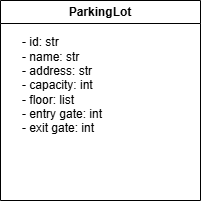
Above: ParkingLot.png in ashu7mishra/ParkingLot (draw.io), before the change. Source tidied: cells renumbered, new cells last; positions are measured from the earlier drawing's top-left corner, leaving out a move shared by most shapes.
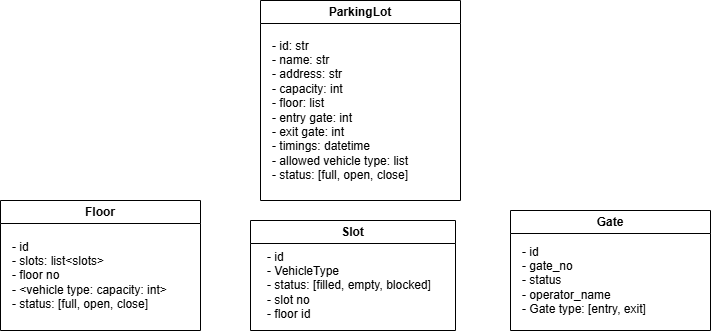
After the change.

What changed in the source:
```diff
@@ -5,8 +5,26 @@
     <mxCell id="2" value="ParkingLot" style="swimlane;whiteSpace=wrap;html=1;" parent="1" vertex="1">
       <mxGeometry width="200" height="200" as="geometry" />
     </mxCell>
-    <mxCell id="3" value="- id: str&lt;div&gt;- name: str&lt;/div&gt;&lt;div&gt;- address: str&lt;/div&gt;&lt;div&gt;- capacity: int&lt;/div&gt;&lt;div&gt;- floor: list&lt;/div&gt;&lt;div&gt;- entry gate: int&lt;/div&gt;&lt;div&gt;- exit gate: int&lt;/div&gt;" style="text;html=1;align=left;verticalAlign=middle;strokeColor=none;fillColor=none;" parent="2" vertex="1">
-      <mxGeometry x="20" y="30" width="100" height="110" as="geometry" />
+    <mxCell id="3" value="- id: str&lt;div&gt;- name: str&lt;/div&gt;&lt;div&gt;- address: str&lt;/div&gt;&lt;div&gt;- capacity: int&lt;/div&gt;&lt;div&gt;- floor: list&lt;/div&gt;&lt;div&gt;- entry gate: int&lt;/div&gt;&lt;div&gt;- exit gate: int&lt;/div&gt;&lt;div&gt;- timings: datetime&lt;/div&gt;&lt;div&gt;- allowed vehicle type: list&lt;/div&gt;&lt;div&gt;- status: [full, open, close]&lt;/div&gt;" style="text;html=1;align=left;verticalAlign=middle;strokeColor=none;fillColor=none;" parent="2" vertex="1">
+      <mxGeometry x="10" y="30" width="160" height="160" as="geometry" />
     </mxCell>
+    <mxCell id="4" value="Floor" style="swimlane;whiteSpace=wrap;html=1;" parent="1" vertex="1">
+      <mxGeometry x="-260" y="200" width="200" height="130" as="geometry" />
+    </mxCell>
+    <mxCell id="5" value="- id&lt;div&gt;- slots: list&amp;lt;slots&amp;gt;&lt;/div&gt;&lt;div&gt;- floor no&lt;/div&gt;&lt;div&gt;- &amp;lt;vehicle type: capacity: int&amp;gt;&lt;/div&gt;&lt;div&gt;- status: [full, open, close]&lt;/div&gt;" style="text;html=1;align=left;verticalAlign=middle;strokeColor=none;fillColor=none;" parent="4" vertex="1">
+      <mxGeometry x="10" y="30" width="180" height="90" as="geometry" />
+    </mxCell>
+    <mxCell id="6" value="Slot" style="swimlane;whiteSpace=wrap;html=1;" parent="1" vertex="1">
+      <mxGeometry x="-10" y="220" width="205" height="110" as="geometry" />
+    </mxCell>
+    <mxCell id="7" value="- id&lt;div&gt;- VehicleType&lt;/div&gt;&lt;div&gt;- status: [filled, empty, blocked]&lt;/div&gt;&lt;div&gt;- slot no&lt;/div&gt;&lt;div&gt;- floor id&lt;/div&gt;" style="text;html=1;align=left;verticalAlign=middle;strokeColor=none;fillColor=none;" parent="6" vertex="1">
+      <mxGeometry x="15" y="20" width="190" height="90" as="geometry" />
+    </mxCell>
+    <mxCell id="8" value="Gate" style="swimlane;whiteSpace=wrap;html=1;" parent="1" vertex="1">
+      <mxGeometry x="250" y="210" width="200" height="120" as="geometry" />
+    </mxCell>
+    <mxCell id="9" value="- id&lt;div&gt;- gate_no&lt;/div&gt;&lt;div&gt;- status&lt;/div&gt;&lt;div&gt;- operator_name&lt;/div&gt;&lt;div&gt;- Gate type: [entry, exit]&lt;/div&gt;" style="text;html=1;align=left;verticalAlign=middle;strokeColor=none;fillColor=none;" parent="8" vertex="1">
+      <mxGeometry x="10" y="25" width="150" height="90" as="geometry" />
+    </mxCell>
   </root>
 </mxGraphModel>
```
